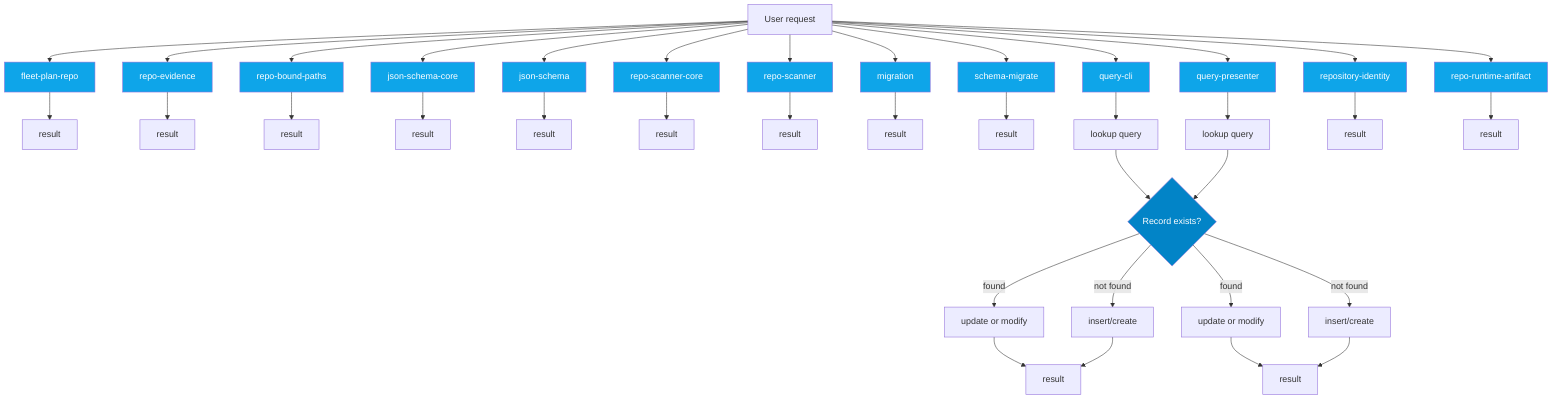
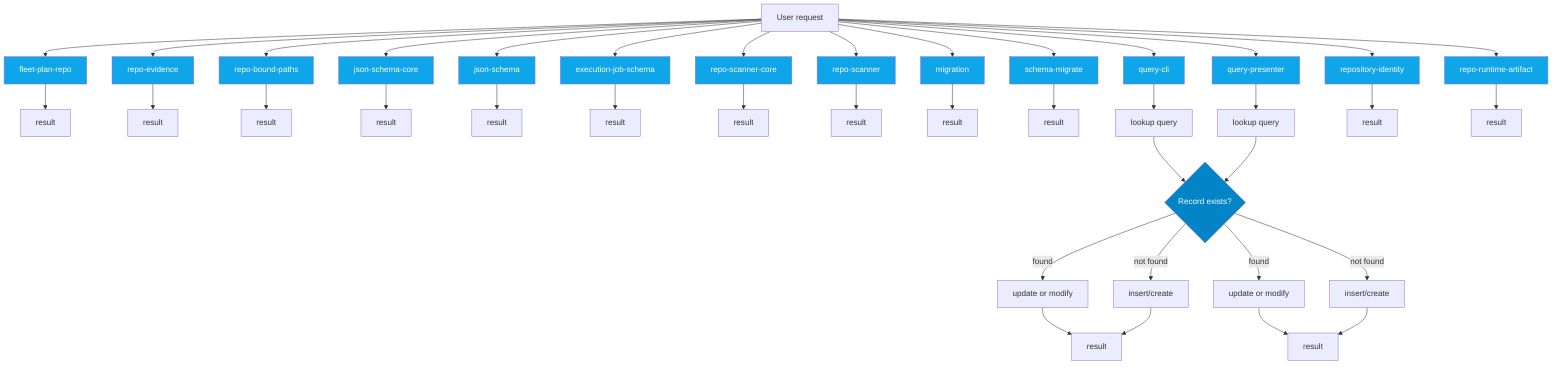
flowchart TD
  UserRequest["User request"]
  Decision{Record exists?}
  fleet_plan_repo_ecdc6499["fleet-plan-repo"]
  UserRequest --> fleet_plan_repo_ecdc6499
  fleet_plan_repo_ecdc6499 --> fleet_plan_repo_ecdc6499_result["result"]
  repo_evidence_38bb1de5["repo-evidence"]
  UserRequest --> repo_evidence_38bb1de5
  repo_evidence_38bb1de5 --> repo_evidence_38bb1de5_result["result"]
  repo_bound_paths_e218b5b3["repo-bound-paths"]
  UserRequest --> repo_bound_paths_e218b5b3
  repo_bound_paths_e218b5b3 --> repo_bound_paths_e218b5b3_result["result"]
  json_schema_core_96d7e328["json-schema-core"]
  UserRequest --> json_schema_core_96d7e328
  json_schema_core_96d7e328 --> json_schema_core_96d7e328_result["result"]
  json_schema_74a768d7["json-schema"]
  UserRequest --> json_schema_74a768d7
  json_schema_74a768d7 --> json_schema_74a768d7_result["result"]
+   execution_job_schema_f68c4ffd["execution-job-schema"]
+   UserRequest --> execution_job_schema_f68c4ffd
+   execution_job_schema_f68c4ffd --> execution_job_schema_f68c4ffd_result["result"]
  repo_scanner_core_8e9f7646["repo-scanner-core"]
  UserRequest --> repo_scanner_core_8e9f7646
  repo_scanner_core_8e9f7646 --> repo_scanner_core_8e9f7646_result["result"]
  repo_scanner_a8b2579e["repo-scanner"]
  UserRequest --> repo_scanner_a8b2579e
  repo_scanner_a8b2579e --> repo_scanner_a8b2579e_result["result"]
  migration_8a6cead4["migration"]
  UserRequest --> migration_8a6cead4
  migration_8a6cead4 --> migration_8a6cead4_result["result"]
  schema_migrate_c0646635["schema-migrate"]
  UserRequest --> schema_migrate_c0646635
  schema_migrate_c0646635 --> schema_migrate_c0646635_result["result"]
  query_cli_b95be64d["query-cli"]
  UserRequest --> query_cli_b95be64d
  query_cli_b95be64d --> query_cli_b95be64d_lookup["lookup query"]
  query_cli_b95be64d_lookup --> Decision
  Decision -->|found| query_cli_b95be64d_update["update or modify"]
  Decision -->|not found| query_cli_b95be64d_create["insert/create"]
  query_cli_b95be64d_update --> query_cli_b95be64d_result["result"]
  query_cli_b95be64d_create --> query_cli_b95be64d_result["result"]
  query_presenter_02e6077c["query-presenter"]
  UserRequest --> query_presenter_02e6077c
  query_presenter_02e6077c --> query_presenter_02e6077c_lookup["lookup query"]
  query_presenter_02e6077c_lookup --> Decision
  Decision -->|found| query_presenter_02e6077c_update["update or modify"]
  Decision -->|not found| query_presenter_02e6077c_create["insert/create"]
  query_presenter_02e6077c_update --> query_presenter_02e6077c_result["result"]
  query_presenter_02e6077c_create --> query_presenter_02e6077c_result["result"]
  repository_identity_9dc13d37["repository-identity"]
  UserRequest --> repository_identity_9dc13d37
  repository_identity_9dc13d37 --> repository_identity_9dc13d37_result["result"]
  repo_runtime_artifact_139c0fbd["repo-runtime-artifact"]
  UserRequest --> repo_runtime_artifact_139c0fbd
  repo_runtime_artifact_139c0fbd --> repo_runtime_artifact_139c0fbd_result["result"]
  classDef dbNode fill:#0ea5e9,color:#fff
-   class fleet_plan_repo_ecdc6499,repo_evidence_38bb1de5,repo_bound_paths_e218b5b3,json_schema_core_96d7e328,json_schema_74a768d7,repo_scanner_core_8e9f7646,repo_scanner_a8b2579e,migration_8a6cead4,schema_migrate_c0646635,query_cli_b95be64d,query_presenter_02e6077c,repository_identity_9dc13d37,repo_runtime_artifact_139c0fbd dbNode
+   class fleet_plan_repo_ecdc6499,repo_evidence_38bb1de5,repo_bound_paths_e218b5b3,json_schema_core_96d7e328,json_schema_74a768d7,execution_job_schema_f68c4ffd,repo_scanner_core_8e9f7646,repo_scanner_a8b2579e,migration_8a6cead4,schema_migrate_c0646635,query_cli_b95be64d,query_presenter_02e6077c,repository_identity_9dc13d37,repo_runtime_artifact_139c0fbd dbNode
  classDef decisionNode fill:#0284c7,color:#fff
  class Decision decisionNode
